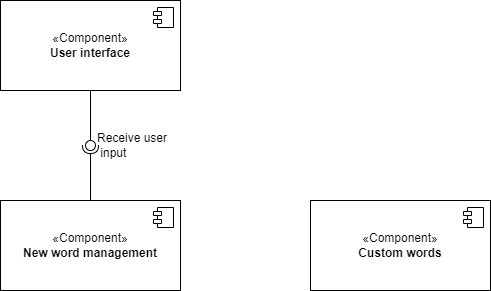
xiangxiang3451/blog_pictures keeps this draw.io diagram as component.drawio.png. Above is the earlier version. Source tidied: cells renumbered, new cells last; positions are measured from the earlier drawing's top-left corner, leaving out a move shared by most shapes.
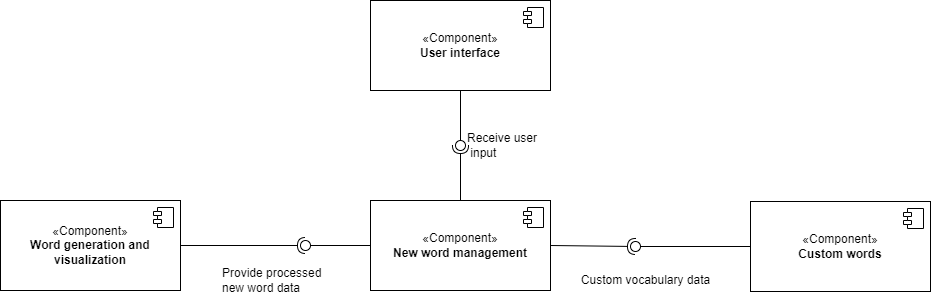
The same diagram one commit later.

Change to the diagram source:
```diff
@@ -19,7 +19,7 @@
       </mxGeometry>
     </mxCell>
     <mxCell id="6" value="«Component»&lt;br&gt;&lt;b&gt;Custom words&lt;/b&gt;" style="html=1;whiteSpace=wrap;" parent="1" vertex="1">
-      <mxGeometry x="310" y="200" width="180" height="90" as="geometry" />
+      <mxGeometry x="380" y="201" width="180" height="90" as="geometry" />
     </mxCell>
     <mxCell id="7" style="shape=module;jettyWidth=8;jettyHeight=4;" parent="6" vertex="1">
       <mxGeometry x="1" width="20" height="20" relative="1" as="geometry">
@@ -38,5 +38,37 @@
     <mxCell id="11" value="Receive user&lt;br&gt;&amp;nbsp;input" style="text;html=1;align=left;verticalAlign=middle;strokeColor=none;fillColor=none;" parent="1" vertex="1">
       <mxGeometry x="95" y="125" width="90" height="40" as="geometry" />
     </mxCell>
+    <mxCell id="12" value="«Component»&lt;br&gt;&lt;b&gt;Word generation and visualization&lt;/b&gt;" style="html=1;whiteSpace=wrap;" parent="1" vertex="1">
+      <mxGeometry x="-370" y="200" width="180" height="90" as="geometry" />
+    </mxCell>
+    <mxCell id="13" style="shape=module;jettyWidth=8;jettyHeight=4;" parent="12" vertex="1">
+      <mxGeometry x="1" width="20" height="20" relative="1" as="geometry">
+        <mxPoint x="-27" y="7" as="offset" />
+      </mxGeometry>
+    </mxCell>
+    <mxCell id="14" style="rounded=0;jettySize=auto;html=1;endArrow=halfCircle;endFill=0;endSize=6;strokeWidth=1;sketch=0;exitX=1;exitY=0.5;exitDx=0;exitDy=0;" parent="1" edge="1" source="12" target="16">
+      <mxGeometry relative="1" as="geometry" />
+    </mxCell>
+    <mxCell id="15" style="rounded=0;jettySize=auto;html=1;endArrow=oval;endFill=0;sketch=0;sourcePerimeterSpacing=0;targetPerimeterSpacing=0;endSize=10;exitX=0;exitY=0.5;exitDx=0;exitDy=0;" parent="1" edge="1" source="4" target="16">
+      <mxGeometry relative="1" as="geometry" />
+    </mxCell>
+    <mxCell id="16" style="ellipse;whiteSpace=wrap;html=1;align=center;fillColor=none;strokeColor=none;perimeter=centerPerimeter;points=[];outlineConnect=1;" parent="1" vertex="1">
+      <mxGeometry x="-70" y="240" width="10" height="10" as="geometry" />
+    </mxCell>
+    <mxCell id="17" value="Provide processed &lt;br&gt;new word data" style="text;html=1;align=left;verticalAlign=middle;strokeColor=none;fillColor=none;" parent="1" vertex="1">
+      <mxGeometry x="-150" y="260" width="120" height="40" as="geometry" />
+    </mxCell>
+    <mxCell id="18" style="rounded=0;jettySize=auto;html=1;endArrow=halfCircle;endFill=0;endSize=6;strokeWidth=1;sketch=0;exitX=1;exitY=0.5;exitDx=0;exitDy=0;" parent="1" edge="1" source="4" target="20">
+      <mxGeometry relative="1" as="geometry" />
+    </mxCell>
+    <mxCell id="19" style="rounded=0;jettySize=auto;html=1;endArrow=oval;endFill=0;sketch=0;sourcePerimeterSpacing=0;targetPerimeterSpacing=0;endSize=10;exitX=0;exitY=0.5;exitDx=0;exitDy=0;" parent="1" edge="1" source="6" target="20">
+      <mxGeometry relative="1" as="geometry" />
+    </mxCell>
+    <mxCell id="20" style="ellipse;whiteSpace=wrap;html=1;align=center;fillColor=none;strokeColor=none;perimeter=centerPerimeter;points=[];outlineConnect=1;" parent="1" vertex="1">
+      <mxGeometry x="260" y="241" width="10" height="10" as="geometry" />
+    </mxCell>
+    <mxCell id="21" value="Custom vocabulary data" style="text;html=1;align=center;verticalAlign=middle;strokeColor=none;fillColor=none;" parent="1" vertex="1">
+      <mxGeometry x="200" y="265" width="150" height="30" as="geometry" />
+    </mxCell>
   </root>
 </mxGraphModel>
```
